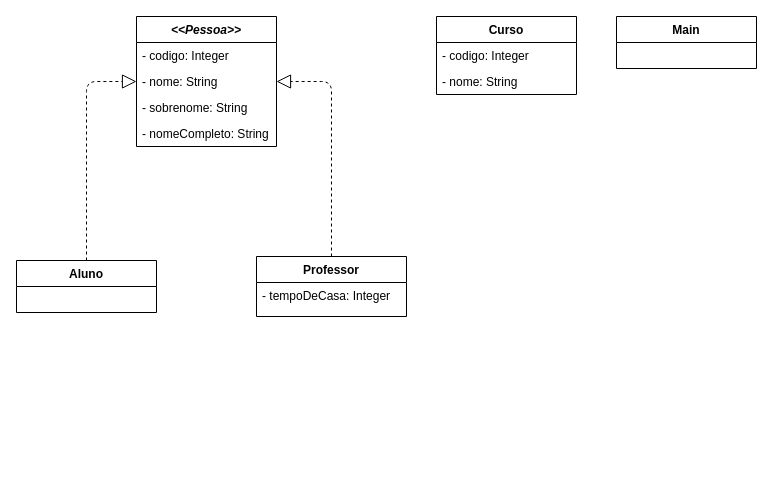
This is Diagrama.drawio from abraaofaco/desafio-oop-kotlin-dh, a draw.io file, before an edit. Source tidied: cells renumbered, new cells numbered last; positions are measured from the earlier drawing's top-left corner, leaving out a move shared by most shapes. Both pictures are drawn from the tidied source at 100%, with x=0, y=0 at pixel (16, 16).
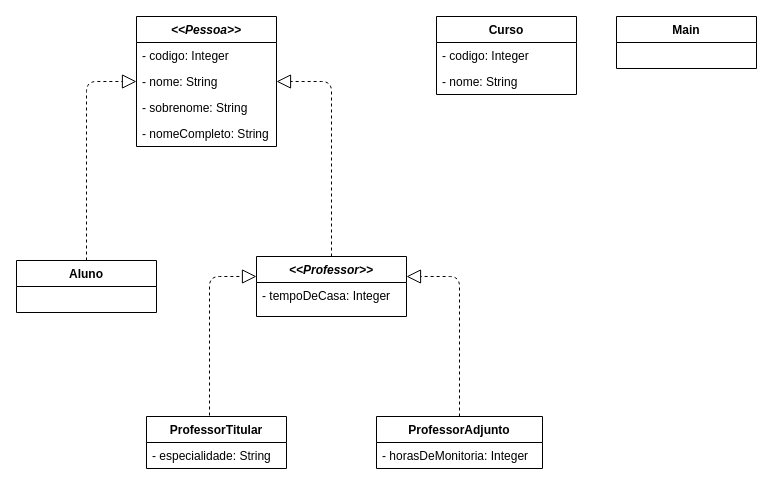
The same diagram, later.

Commit message:
Ajusta diagrama de classe

The edit, as a diff of the source:
```diff
@@
-    <mxCell id="10" value="Professor" style="swimlane;fontStyle=1;horizontal=1;startSize=26;fillColor=none;" parent="1" vertex="1">
+    <mxCell id="10" value="&lt;&lt;Professor&gt;&gt;" style="swimlane;fontStyle=3;horizontal=1;startSize=26;fillColor=none;" parent="1" vertex="1">
       <mxGeometry x="240" y="240" width="150" height="60" as="geometry" />
     </mxCell>
@@
+    <mxCell id="16" value="ProfessorAdjunto" style="swimlane;fontStyle=1;horizontal=1;startSize=26;fillColor=none;" parent="1" vertex="1">
+      <mxGeometry x="360" y="400" width="166" height="52" as="geometry" />
+    </mxCell>
+    <mxCell id="17" value="- horasDeMonitoria: Integer" style="text;strokeColor=none;fillColor=none;align=left;verticalAlign=top;spacingLeft=4;spacingRight=4;overflow=hidden;" parent="16" vertex="1">
+      <mxGeometry y="26" width="166" height="26" as="geometry" />
+    </mxCell>
+    <mxCell id="18" style="endArrow=block;dashed=1;endFill=0;endSize=12;html=1;exitX=0.45;exitY=-0.019;exitDx=0;exitDy=0;entryX=0;entryY=0.333;entryDx=0;entryDy=0;exitPerimeter=0;entryPerimeter=0;" parent="1" edge="1" source="20" target="10">
+      <mxGeometry relative="1" as="geometry">
+        <Array as="points">
+          <mxPoint x="193" y="260" />
+        </Array>
+      </mxGeometry>
+    </mxCell>
+    <mxCell id="19" style="endArrow=block;dashed=1;endFill=0;endSize=12;html=1;exitX=0.5;exitY=0;exitDx=0;exitDy=0;" parent="1" edge="1" source="16">
+      <mxGeometry relative="1" as="geometry">
+        <mxPoint x="390" y="260" as="targetPoint" />
+        <Array as="points">
+          <mxPoint x="443" y="260" />
+        </Array>
+      </mxGeometry>
+    </mxCell>
+    <mxCell id="20" value="ProfessorTitular" style="swimlane;fontStyle=1;horizontal=1;startSize=26;fillColor=none;" parent="1" vertex="1">
+      <mxGeometry x="130" y="400" width="140" height="52" as="geometry" />
+    </mxCell>
+    <mxCell id="21" value="- especialidade: String" style="text;strokeColor=none;fillColor=none;align=left;verticalAlign=top;spacingLeft=4;spacingRight=4;overflow=hidden;" parent="20" vertex="1">
+      <mxGeometry y="26" width="140" height="26" as="geometry" />
+    </mxCell>
```
